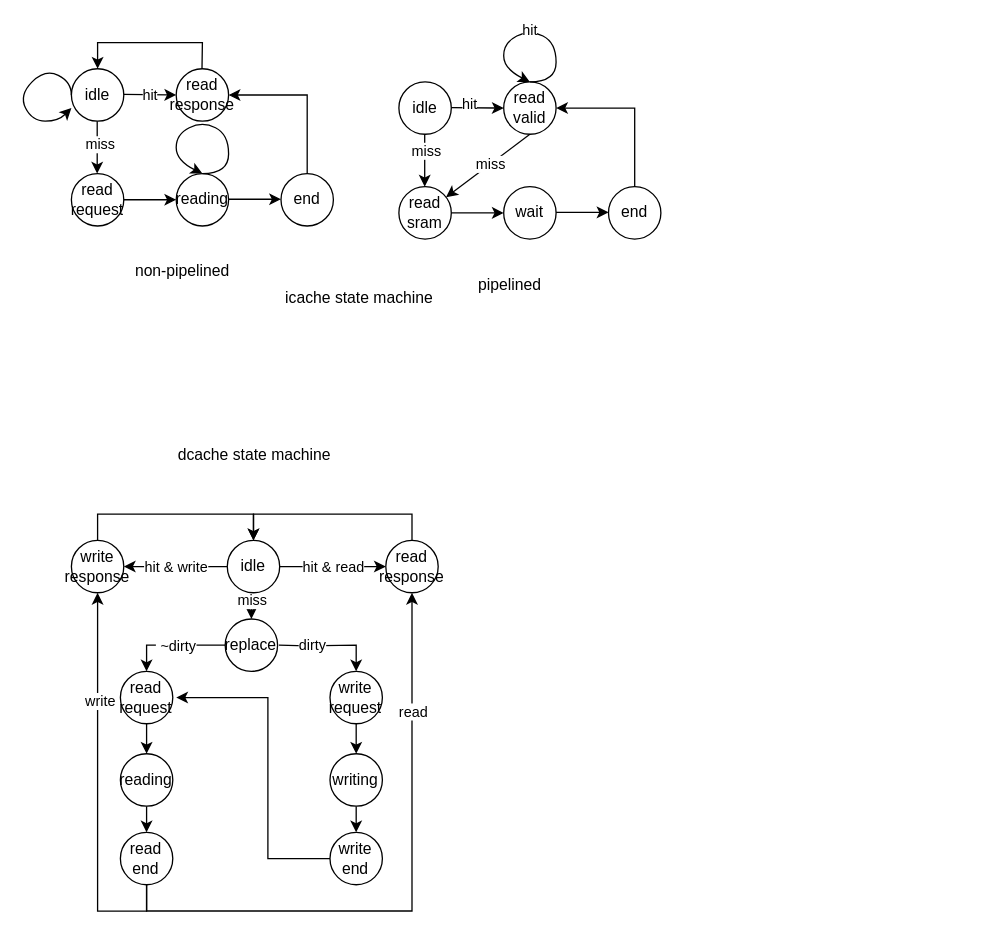
DavidZyy/drawio_repo keeps this draw.io diagram as cpu.drawio. Above is the earlier version. Source tidied: cells renumbered, new cells numbered last; positions are measured from the earlier drawing's top-left corner, leaving out a move shared by most shapes. Both pictures are drawn from the tidied source at 131%, with x=0, y=0 at pixel (18, 29).
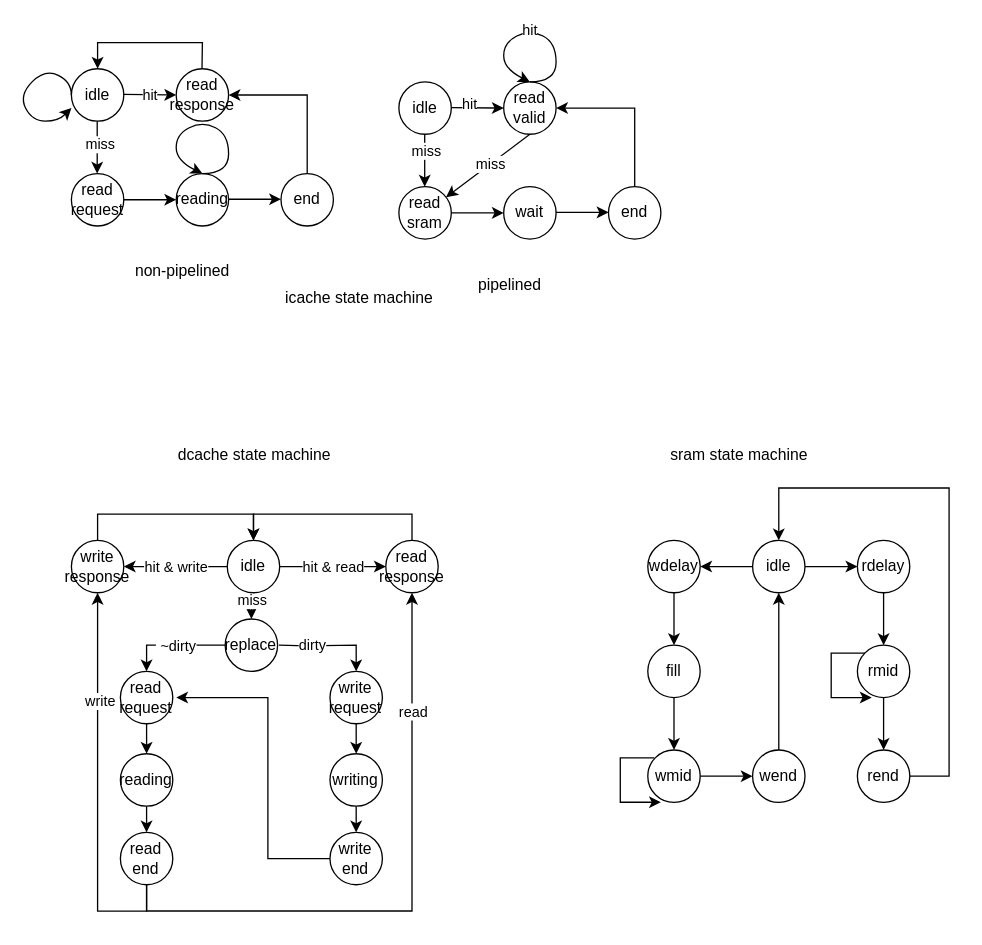
The same page after the edit.

Commit message:
add sram state machine

The edit, as a diff of the source:
```diff
@@
+    <mxCell id="68" value="sram state machine" style="text;strokeColor=none;align=center;fillColor=none;html=1;verticalAlign=middle;whiteSpace=wrap;rounded=0;" parent="1" vertex="1">
+      <mxGeometry x="480" y="310" width="140" height="30" as="geometry" />
+    </mxCell>
+    <mxCell id="69" style="edgeStyle=orthogonalEdgeStyle;rounded=0;jettySize=auto;html=1;exitX=1;exitY=0.5;exitDx=0;exitDy=0;entryX=0;entryY=0.5;entryDx=0;entryDy=0;" parent="1" edge="1" source="71" target="73">
+      <mxGeometry relative="1" as="geometry" />
+    </mxCell>
+    <mxCell id="70" style="edgeStyle=orthogonalEdgeStyle;rounded=0;jettySize=auto;html=1;exitX=0;exitY=0.5;exitDx=0;exitDy=0;entryX=1;entryY=0.5;entryDx=0;entryDy=0;" parent="1" edge="1" source="71" target="75">
+      <mxGeometry relative="1" as="geometry" />
+    </mxCell>
+    <mxCell id="71" value="idle" style="ellipse;whiteSpace=wrap;html=1;" parent="1" vertex="1">
+      <mxGeometry x="560" y="390" width="40" height="40" as="geometry" />
+    </mxCell>
+    <mxCell id="72" style="edgeStyle=orthogonalEdgeStyle;rounded=0;jettySize=auto;html=1;exitX=0.5;exitY=1;exitDx=0;exitDy=0;entryX=0.5;entryY=0;entryDx=0;entryDy=0;" parent="1" edge="1" source="73" target="79">
+      <mxGeometry relative="1" as="geometry" />
+    </mxCell>
+    <mxCell id="73" value="rdelay" style="ellipse;whiteSpace=wrap;html=1;" parent="1" vertex="1">
+      <mxGeometry x="640" y="390" width="40" height="40" as="geometry" />
+    </mxCell>
+    <mxCell id="74" style="edgeStyle=orthogonalEdgeStyle;rounded=0;jettySize=auto;html=1;exitX=0.5;exitY=1;exitDx=0;exitDy=0;entryX=0.5;entryY=0;entryDx=0;entryDy=0;" parent="1" edge="1" source="75" target="77">
+      <mxGeometry relative="1" as="geometry" />
+    </mxCell>
+    <mxCell id="75" value="wdelay" style="ellipse;whiteSpace=wrap;html=1;" parent="1" vertex="1">
+      <mxGeometry x="480" y="390" width="40" height="40" as="geometry" />
+    </mxCell>
+    <mxCell id="76" style="edgeStyle=orthogonalEdgeStyle;rounded=0;jettySize=auto;html=1;exitX=0.5;exitY=1;exitDx=0;exitDy=0;entryX=0.5;entryY=0;entryDx=0;entryDy=0;" parent="1" edge="1" source="77" target="84">
+      <mxGeometry relative="1" as="geometry" />
+    </mxCell>
+    <mxCell id="77" value="fill" style="ellipse;whiteSpace=wrap;html=1;" parent="1" vertex="1">
+      <mxGeometry x="480" y="470" width="40" height="40" as="geometry" />
+    </mxCell>
+    <mxCell id="78" style="edgeStyle=orthogonalEdgeStyle;rounded=0;jettySize=auto;html=1;exitX=0.5;exitY=1;exitDx=0;exitDy=0;entryX=0.5;entryY=0;entryDx=0;entryDy=0;" parent="1" edge="1" source="79" target="81">
+      <mxGeometry relative="1" as="geometry" />
+    </mxCell>
+    <mxCell id="79" value="rmid" style="ellipse;whiteSpace=wrap;html=1;" parent="1" vertex="1">
+      <mxGeometry x="640" y="470" width="40" height="40" as="geometry" />
+    </mxCell>
+    <mxCell id="80" style="edgeStyle=orthogonalEdgeStyle;rounded=0;jettySize=auto;html=1;exitX=1;exitY=0.5;exitDx=0;exitDy=0;entryX=0.5;entryY=0;entryDx=0;entryDy=0;" parent="1" edge="1" source="81" target="71">
+      <mxGeometry relative="1" as="geometry">
+        <Array as="points">
+          <mxPoint x="710" y="570" />
+          <mxPoint x="710" y="350" />
+          <mxPoint x="580" y="350" />
+        </Array>
+      </mxGeometry>
+    </mxCell>
+    <mxCell id="81" value="rend" style="ellipse;whiteSpace=wrap;html=1;" parent="1" vertex="1">
+      <mxGeometry x="640" y="550" width="40" height="40" as="geometry" />
+    </mxCell>
+    <mxCell id="82" style="edgeStyle=orthogonalEdgeStyle;rounded=0;jettySize=auto;html=1;exitX=1;exitY=0.5;exitDx=0;exitDy=0;entryX=0;entryY=0.5;entryDx=0;entryDy=0;" parent="1" edge="1" source="84" target="86">
+      <mxGeometry relative="1" as="geometry" />
+    </mxCell>
+    <mxCell id="83" style="edgeStyle=orthogonalEdgeStyle;rounded=0;orthogonalLoop=1;jettySize=auto;html=1;exitX=0;exitY=0;exitDx=0;exitDy=0;entryX=0.274;entryY=0.993;entryDx=0;entryDy=0;entryPerimeter=0;" parent="1" edge="1">
+      <mxGeometry relative="1" as="geometry">
+        <mxPoint x="645.8" y="476.1" as="sourcePoint" />
+        <mxPoint x="650.9" y="510" as="targetPoint" />
+        <Array as="points">
+          <mxPoint x="620" y="476.3" />
+          <mxPoint x="620" y="510.3" />
+        </Array>
+      </mxGeometry>
+    </mxCell>
+    <mxCell id="84" value="wmid" style="ellipse;whiteSpace=wrap;html=1;" parent="1" vertex="1">
+      <mxGeometry x="480" y="550" width="40" height="40" as="geometry" />
+    </mxCell>
+    <mxCell id="85" style="edgeStyle=orthogonalEdgeStyle;rounded=0;jettySize=auto;html=1;exitX=0.5;exitY=0;exitDx=0;exitDy=0;entryX=0.5;entryY=1;entryDx=0;entryDy=0;" parent="1" edge="1" source="86" target="71">
+      <mxGeometry relative="1" as="geometry" />
+    </mxCell>
+    <mxCell id="86" value="wend" style="ellipse;whiteSpace=wrap;html=1;" parent="1" vertex="1">
+      <mxGeometry x="560" y="550" width="40" height="40" as="geometry" />
+    </mxCell>
+    <mxCell id="87" style="edgeStyle=orthogonalEdgeStyle;rounded=0;orthogonalLoop=1;jettySize=auto;html=1;exitX=0;exitY=0;exitDx=0;exitDy=0;entryX=0.274;entryY=0.993;entryDx=0;entryDy=0;entryPerimeter=0;" parent="1" edge="1">
+      <mxGeometry relative="1" as="geometry">
+        <mxPoint x="484.9" y="556" as="sourcePoint" />
+        <mxPoint x="490" y="589.9" as="targetPoint" />
+        <Array as="points">
+          <mxPoint x="459" y="556.2" />
+          <mxPoint x="459" y="590.2" />
+        </Array>
+      </mxGeometry>
+    </mxCell>
```
